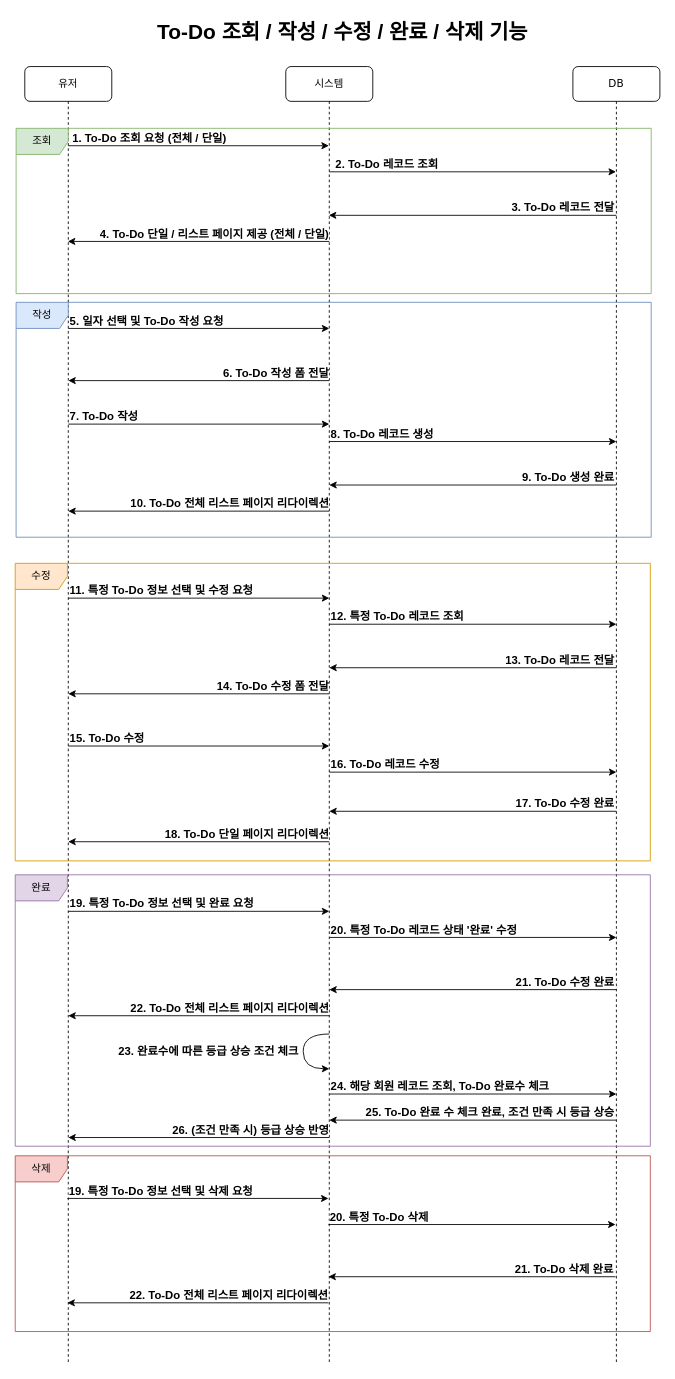
The draw.io diagram documents/sequence-diagram-todo.drawio in mrcocoball/To-Dolist, before the edit. Source tidied: cells renumbered, new cells numbered last; positions are measured from the earlier drawing's top-left corner, leaving out a move shared by most shapes. Both pictures are drawn from the tidied source at 87%, with x=0, y=0 at pixel (15, 15).
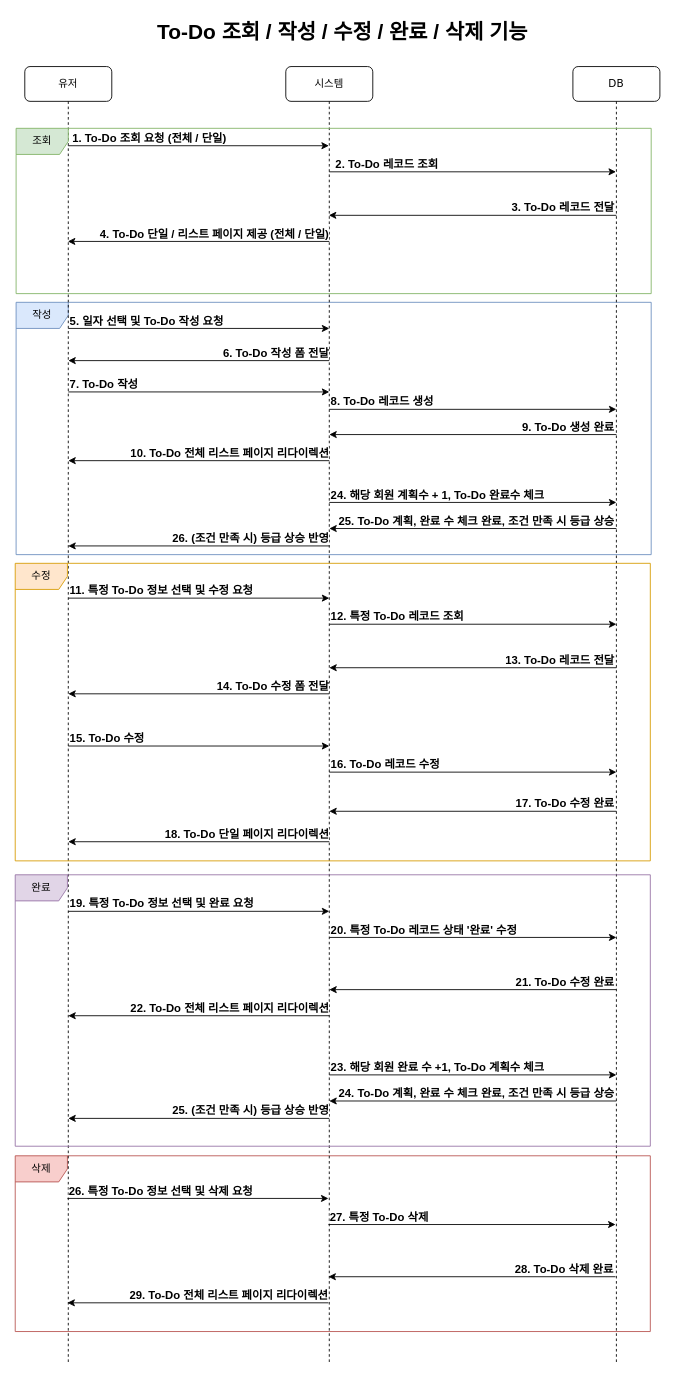
The same diagram, later.

Commit message:
#42 - sequence-diagram-todo 수정

Unchanged cells that the change refers to:
```xml
<mxCell id="3" value="시스템" style="shape=umlLifeline;perimeter=lifelinePerimeter;whiteSpace=wrap;html=1;outlineConnect=0;rounded=1;shadow=0;comic=0;labelBackgroundColor=none;strokeWidth=1;fontFamily=Verdana;fontSize=12;align=center;" parent="1" vertex="1">
  <mxGeometry x="311" y="59" width="100" height="1491" as="geometry" />
</mxCell>
<mxCell id="54" style="endArrow=classic;html=1;rounded=0;" parent="1" edge="1">
  <mxGeometry relative="1" as="geometry">
    <mxPoint x="60" y="1360" as="sourcePoint" />
    <mxPoint x="360" y="1360" as="targetPoint" />
  </mxGeometry>
</mxCell>
```

Change to the diagram source:
```diff
@@
+    <mxCell id="62" value="삭제" style="shape=umlFrame;whiteSpace=wrap;html=1;fillColor=#f8cecc;strokeColor=#b85450;" parent="1" vertex="1">
+      <mxGeometry y="1311" width="730" height="202" as="geometry" />
+    </mxCell>
+    <mxCell id="33" value="작성" style="shape=umlFrame;whiteSpace=wrap;html=1;fillColor=#dae8fc;strokeColor=#6c8ebf;" parent="1" vertex="1">
+      <mxGeometry x="1" y="330" width="730" height="290" as="geometry" />
+    </mxCell>
@@
     <mxCell id="7" style="endArrow=classic;html=1;rounded=0;" parent="3" edge="1">
       <mxGeometry relative="1" as="geometry">
-        <mxPoint x="50" y="361" as="sourcePoint" />
-        <mxPoint x="-250" y="361" as="targetPoint" />
+        <mxPoint x="50" y="338" as="sourcePoint" />
+        <mxPoint x="-250" y="338" as="targetPoint" />
       </mxGeometry>
     </mxCell>
     <mxCell id="8" value="6. To-Do 작성 폼 전달" style="edgeLabel;html=1;align=right;verticalAlign=middle;fontSize=13;fontStyle=1;" parent="3" vertex="1">
-      <mxGeometry x="50" y="351" as="geometry" />
+      <mxGeometry x="50" y="328" as="geometry" />
     </mxCell>
@@
     <mxCell id="25" style="endArrow=classic;html=1;rounded=0;" parent="1" edge="1">
       <mxGeometry relative="1" as="geometry">
-        <mxPoint x="61" y="470" as="sourcePoint" />
-        <mxPoint x="361" y="470" as="targetPoint" />
+        <mxPoint x="61" y="433" as="sourcePoint" />
+        <mxPoint x="361" y="433" as="targetPoint" />
       </mxGeometry>
     </mxCell>
@@
     <mxCell id="27" style="endArrow=classic;html=1;rounded=0;" parent="1" edge="1">
       <mxGeometry relative="1" as="geometry">
-        <mxPoint x="361" y="490" as="sourcePoint" />
-        <mxPoint x="691" y="490" as="targetPoint" />
+        <mxPoint x="361" y="453" as="sourcePoint" />
+        <mxPoint x="691" y="453" as="targetPoint" />
       </mxGeometry>
     </mxCell>
     <mxCell id="28" value="8. To-Do 레코드 생성" style="edgeLabel;html=1;align=left;verticalAlign=middle;fontSize=13;fontStyle=1;" parent="1" vertex="1">
-      <mxGeometry x="361" y="480" as="geometry" />
+      <mxGeometry x="361" y="443" as="geometry" />
     </mxCell>
     <mxCell id="29" style="endArrow=classic;html=1;rounded=0;" parent="1" edge="1">
       <mxGeometry relative="1" as="geometry">
-        <mxPoint x="691" y="540" as="sourcePoint" />
-        <mxPoint x="361" y="540" as="targetPoint" />
+        <mxPoint x="691" y="482" as="sourcePoint" />
+        <mxPoint x="361" y="482" as="targetPoint" />
       </mxGeometry>
     </mxCell>
     <mxCell id="30" value="9. To-Do 생성 완료" style="edgeLabel;html=1;align=right;verticalAlign=middle;fontSize=13;fontStyle=1;" parent="1" vertex="1">
-      <mxGeometry x="689" y="530" as="geometry" />
+      <mxGeometry x="689" y="472" as="geometry" />
     </mxCell>
     <mxCell id="31" style="endArrow=classic;html=1;rounded=0;" parent="1" edge="1">
       <mxGeometry relative="1" as="geometry">
-        <mxPoint x="361" y="570" as="sourcePoint" />
-        <mxPoint x="61" y="570" as="targetPoint" />
+        <mxPoint x="361" y="512" as="sourcePoint" />
+        <mxPoint x="61" y="512" as="targetPoint" />
       </mxGeometry>
     </mxCell>
     <mxCell id="32" value="10. To-Do 전체 리스트 페이지 리다이렉션" style="edgeLabel;html=1;align=right;verticalAlign=middle;fontSize=13;fontStyle=1;" parent="1" vertex="1">
-      <mxGeometry x="361" y="560" as="geometry" />
+      <mxGeometry x="361" y="502" as="geometry" />
     </mxCell>
-    <mxCell id="33" value="작성" style="shape=umlFrame;whiteSpace=wrap;html=1;fillColor=#dae8fc;strokeColor=#6c8ebf;" parent="1" vertex="1">
-      <mxGeometry x="1" y="330" width="730" height="270" as="geometry" />
-    </mxCell>
@@
-    <mxCell id="55" value="19. 특정 To-Do 정보 선택 및 삭제 요청" style="edgeLabel;html=1;align=left;verticalAlign=middle;fontSize=13;fontStyle=1;" parent="54" vertex="1">
+    <mxCell id="55" value="26. 특정 To-Do 정보 선택 및 삭제 요청" style="edgeLabel;html=1;align=left;verticalAlign=middle;fontSize=13;fontStyle=1;" parent="54" vertex="1">
       <mxGeometry x="-0.25" y="4" relative="1" as="geometry">
         <mxPoint x="-113" y="-6" as="offset" />
       </mxGeometry>
     </mxCell>
@@
-    <mxCell id="57" value="20. 특정 To-Do 삭제" style="edgeLabel;html=1;align=left;verticalAlign=middle;fontSize=13;fontStyle=1;" parent="1" vertex="1">
+    <mxCell id="57" value="27. 특정 To-Do 삭제" style="edgeLabel;html=1;align=left;verticalAlign=middle;fontSize=13;fontStyle=1;" parent="1" vertex="1">
       <mxGeometry x="360" y="1380" as="geometry" />
     </mxCell>
@@
-    <mxCell id="59" value="21. To-Do 삭제 완료" style="edgeLabel;html=1;align=right;verticalAlign=middle;fontSize=13;fontStyle=1;" parent="1" vertex="1">
+    <mxCell id="59" value="28. To-Do 삭제 완료" style="edgeLabel;html=1;align=right;verticalAlign=middle;fontSize=13;fontStyle=1;" parent="1" vertex="1">
       <mxGeometry x="688" y="1440" as="geometry" />
     </mxCell>
@@
-    <mxCell id="61" value="22. To-Do 전체 리스트 페이지 리다이렉션" style="edgeLabel;html=1;align=right;verticalAlign=middle;fontSize=13;fontStyle=1;" parent="1" vertex="1">
+    <mxCell id="61" value="29. To-Do 전체 리스트 페이지 리다이렉션" style="edgeLabel;html=1;align=right;verticalAlign=middle;fontSize=13;fontStyle=1;" parent="1" vertex="1">
       <mxGeometry x="360" y="1470" as="geometry" />
     </mxCell>
-    <mxCell id="62" value="삭제" style="shape=umlFrame;whiteSpace=wrap;html=1;fillColor=#f8cecc;strokeColor=#b85450;" parent="1" vertex="1">
-      <mxGeometry y="1311" width="730" height="202" as="geometry" />
-    </mxCell>
-    <mxCell id="63" style="endArrow=classic;html=1;rounded=0;edgeStyle=orthogonalEdgeStyle;curved=1;" parent="1" edge="1">
-      <mxGeometry relative="1" as="geometry">
-        <mxPoint x="361" y="1171" as="sourcePoint" />
-        <mxPoint x="361" y="1211" as="targetPoint" />
-        <Array as="points">
-          <mxPoint x="361" y="1171" />
-          <mxPoint x="331" y="1171" />
-          <mxPoint x="331" y="1211" />
-        </Array>
-      </mxGeometry>
-    </mxCell>
     <mxCell id="64" style="endArrow=classic;html=1;rounded=0;" parent="1" edge="1">
       <mxGeometry relative="1" as="geometry">
-        <mxPoint x="361" y="1240" as="sourcePoint" />
-        <mxPoint x="691" y="1240" as="targetPoint" />
+        <mxPoint x="361" y="1218" as="sourcePoint" />
+        <mxPoint x="691" y="1218" as="targetPoint" />
       </mxGeometry>
     </mxCell>
-    <mxCell id="65" value="24. 해당 회원 레코드 조회, To-Do 완료수 체크" style="edgeLabel;html=1;align=left;verticalAlign=middle;fontSize=13;fontStyle=1;" parent="1" vertex="1">
-      <mxGeometry x="361" y="1230" as="geometry" />
+    <mxCell id="65" value="23. 해당 회원 완료 수 +1, To-Do 계획수 체크" style="edgeLabel;html=1;align=left;verticalAlign=middle;fontSize=13;fontStyle=1;" parent="1" vertex="1">
+      <mxGeometry x="361" y="1208" as="geometry" />
     </mxCell>
     <mxCell id="66" style="endArrow=classic;html=1;rounded=0;" parent="1" edge="1">
       <mxGeometry relative="1" as="geometry">
-        <mxPoint x="691" y="1270" as="sourcePoint" />
-        <mxPoint x="361" y="1270" as="targetPoint" />
+        <mxPoint x="691" y="1248" as="sourcePoint" />
+        <mxPoint x="361" y="1248" as="targetPoint" />
       </mxGeometry>
     </mxCell>
-    <mxCell id="67" value="25. To-Do 완료 수 체크 완료, 조건 만족 시 등급 상승" style="edgeLabel;html=1;align=right;verticalAlign=middle;fontSize=13;fontStyle=1;" parent="1" vertex="1">
-      <mxGeometry x="689" y="1260" as="geometry" />
+    <mxCell id="67" value="24. To-Do 계획, 완료 수 체크 완료, 조건 만족 시 등급 상승" style="edgeLabel;html=1;align=right;verticalAlign=middle;fontSize=13;fontStyle=1;" parent="1" vertex="1">
+      <mxGeometry x="689" y="1238" as="geometry" />
     </mxCell>
     <mxCell id="68" style="endArrow=classic;html=1;rounded=0;" parent="1" edge="1">
       <mxGeometry relative="1" as="geometry">
-        <mxPoint x="361" y="1290" as="sourcePoint" />
-        <mxPoint x="61" y="1290" as="targetPoint" />
+        <mxPoint x="361" y="1268" as="sourcePoint" />
+        <mxPoint x="61" y="1268" as="targetPoint" />
       </mxGeometry>
     </mxCell>
-    <mxCell id="69" value="26. (조건 만족 시) 등급 상승 반영" style="edgeLabel;html=1;align=right;verticalAlign=middle;fontSize=13;fontStyle=1;" parent="1" vertex="1">
-      <mxGeometry x="361" y="1280" as="geometry" />
+    <mxCell id="69" value="25. (조건 만족 시) 등급 상승 반영" style="edgeLabel;html=1;align=right;verticalAlign=middle;fontSize=13;fontStyle=1;" parent="1" vertex="1">
+      <mxGeometry x="361" y="1258" as="geometry" />
     </mxCell>
-    <mxCell id="70" value="23. 완료수에 따른 등급 상승 조건 체크" style="edgeLabel;html=1;align=right;verticalAlign=middle;fontSize=13;fontStyle=1;" parent="1" vertex="1">
-      <mxGeometry x="326" y="1190" as="geometry" />
-    </mxCell>
+    <mxCell id="71" style="endArrow=classic;html=1;rounded=0;" parent="1" edge="1">
+      <mxGeometry relative="1" as="geometry">
+        <mxPoint x="361" y="560" as="sourcePoint" />
+        <mxPoint x="691" y="560" as="targetPoint" />
+      </mxGeometry>
+    </mxCell>
+    <mxCell id="72" value="24. 해당 회원 계획수 + 1, To-Do 완료수 체크" style="edgeLabel;html=1;align=left;verticalAlign=middle;fontSize=13;fontStyle=1;" parent="1" vertex="1">
+      <mxGeometry x="361" y="550" as="geometry" />
+    </mxCell>
+    <mxCell id="73" style="endArrow=classic;html=1;rounded=0;" parent="1" edge="1">
+      <mxGeometry relative="1" as="geometry">
+        <mxPoint x="691" y="590" as="sourcePoint" />
+        <mxPoint x="361" y="590" as="targetPoint" />
+      </mxGeometry>
+    </mxCell>
+    <mxCell id="74" value="25. To-Do 계획, 완료 수 체크 완료, 조건 만족 시 등급 상승" style="edgeLabel;html=1;align=right;verticalAlign=middle;fontSize=13;fontStyle=1;" parent="1" vertex="1">
+      <mxGeometry x="689" y="580" as="geometry" />
+    </mxCell>
+    <mxCell id="75" style="endArrow=classic;html=1;rounded=0;" parent="1" edge="1">
+      <mxGeometry relative="1" as="geometry">
+        <mxPoint x="361" y="610" as="sourcePoint" />
+        <mxPoint x="61" y="610" as="targetPoint" />
+      </mxGeometry>
+    </mxCell>
+    <mxCell id="76" value="26. (조건 만족 시) 등급 상승 반영" style="edgeLabel;html=1;align=right;verticalAlign=middle;fontSize=13;fontStyle=1;" parent="1" vertex="1">
+      <mxGeometry x="361" y="600" as="geometry" />
+    </mxCell>
```
